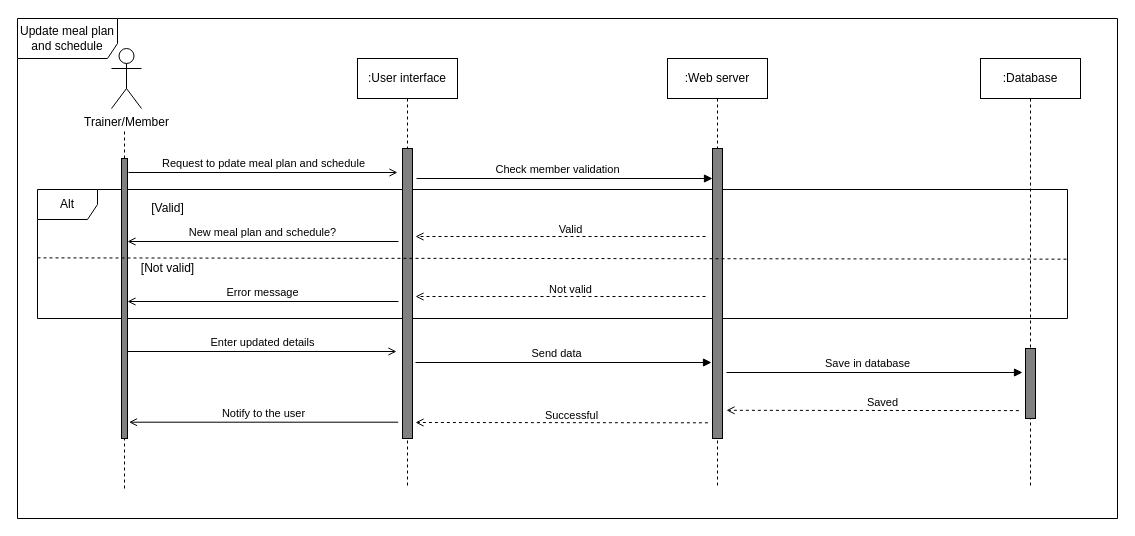
The draw.io diagram page "Page-9" (9 of 13) of Diagram/Sequence Diagram.drawio in AmilaDissanayake/Group_CS21, before the edit. Source tidied: cells renumbered, new cells numbered last; positions are measured from the earlier drawing's top-left corner, leaving out a move shared by most shapes. Both pictures are drawn from the tidied source at 100%, with x=0, y=0 at pixel (17, 18).
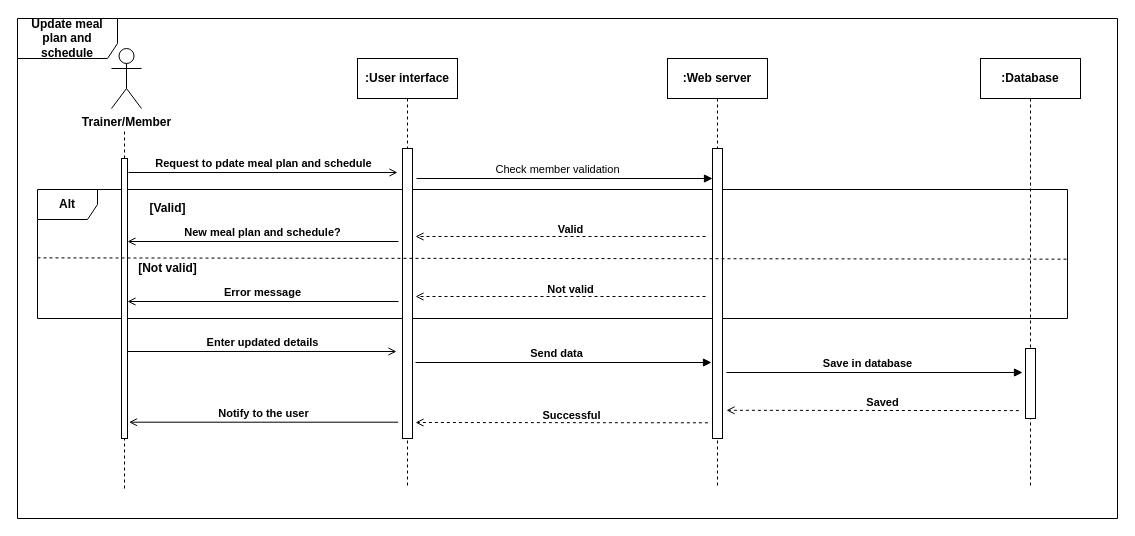
Above is the later version.

The change refers to these unchanged cells:
```xml
<mxCell id="13" style="html=1;verticalAlign=bottom;labelBackgroundColor=none;endArrow=open;endFill=0;dashed=1;" parent="1" edge="1">
  <mxGeometry relative="1" as="geometry">
    <mxPoint x="688" y="218" as="sourcePoint" />
    <mxPoint x="398" y="218" as="targetPoint" />
  </mxGeometry>
</mxCell>
<mxCell id="17" style="html=1;verticalAlign=bottom;labelBackgroundColor=none;endArrow=block;endFill=1;" parent="1" edge="1">
  <mxGeometry relative="1" as="geometry">
    <mxPoint x="398" y="344" as="sourcePoint" />
    <mxPoint x="694" y="344" as="targetPoint" />
  </mxGeometry>
</mxCell>
<mxCell id="19" style="html=1;verticalAlign=bottom;labelBackgroundColor=none;endArrow=open;endFill=0;dashed=1;entryX=1.26;entryY=0.354;entryDx=0;entryDy=0;entryPerimeter=0;" parent="1" edge="1">
  <mxGeometry relative="1" as="geometry">
    <mxPoint x="690.4" y="404.3" as="sourcePoint" />
    <mxPoint x="398" y="404" as="targetPoint" />
  </mxGeometry>
</mxCell>
<mxCell id="24" style="html=1;verticalAlign=bottom;labelBackgroundColor=none;endArrow=block;endFill=1;" parent="1" edge="1">
  <mxGeometry relative="1" as="geometry">
    <mxPoint x="709" y="354" as="sourcePoint" />
    <mxPoint x="1005" y="354" as="targetPoint" />
  </mxGeometry>
</mxCell>
<mxCell id="26" style="html=1;verticalAlign=bottom;labelBackgroundColor=none;endArrow=open;endFill=0;dashed=1;entryX=1.26;entryY=0.354;entryDx=0;entryDy=0;entryPerimeter=0;" parent="1" edge="1">
  <mxGeometry relative="1" as="geometry">
    <mxPoint x="1001.4" y="392.1" as="sourcePoint" />
    <mxPoint x="709" y="391.8" as="targetPoint" />
  </mxGeometry>
</mxCell>
<mxCell id="30" style="html=1;verticalAlign=bottom;labelBackgroundColor=none;endArrow=open;endFill=0;dashed=1;" parent="1" edge="1">
  <mxGeometry relative="1" as="geometry">
    <mxPoint x="688" y="278" as="sourcePoint" />
    <mxPoint x="398" y="278" as="targetPoint" />
  </mxGeometry>
</mxCell>
```

The edit, as a diff of the source:
```diff
@@
+    <mxCell id="34" value="&lt;b&gt;Update meal plan and schedule&lt;/b&gt;" style="shape=umlFrame;whiteSpace=wrap;html=1;width=100;height=40;" parent="1" vertex="1">
+      <mxGeometry width="1100" height="500" as="geometry" />
+    </mxCell>
-    <mxCell id="2" value="Alt" style="shape=umlFrame;whiteSpace=wrap;html=1;" parent="1" vertex="1">
+    <mxCell id="2" value="&lt;b&gt;Alt&lt;/b&gt;" style="shape=umlFrame;whiteSpace=wrap;html=1;" parent="1" vertex="1">
       <mxGeometry x="20" y="171" width="1030" height="129" as="geometry" />
     </mxCell>
@@
-    <mxCell id="4" value="Trainer/Member" style="shape=umlActor;verticalLabelPosition=bottom;verticalAlign=top;html=1;" parent="1" vertex="1">
+    <mxCell id="4" value="&lt;b&gt;Trainer/Member&lt;/b&gt;" style="shape=umlActor;verticalLabelPosition=bottom;verticalAlign=top;html=1;" parent="1" vertex="1">
       <mxGeometry x="94" y="30" width="30" height="60" as="geometry" />
     </mxCell>
-    <mxCell id="5" style="html=1;perimeter=orthogonalPerimeter;fillColor=#808080;" parent="1" vertex="1">
+    <mxCell id="5" style="html=1;perimeter=orthogonalPerimeter;fillColor=#FFFFFF;" parent="1" vertex="1">
       <mxGeometry x="104" y="140" width="6" height="280" as="geometry" />
     </mxCell>
-    <mxCell id="6" value=":User interface" style="shape=umlLifeline;perimeter=lifelinePerimeter;whiteSpace=wrap;html=1;" parent="1" vertex="1">
+    <mxCell id="6" value="&lt;b&gt;:User interface&lt;/b&gt;" style="shape=umlLifeline;perimeter=lifelinePerimeter;whiteSpace=wrap;html=1;" parent="1" vertex="1">
       <mxGeometry x="340" y="40" width="100" height="430" as="geometry" />
     </mxCell>
-    <mxCell id="7" style="html=1;perimeter=orthogonalPerimeter;fillColor=#808080;" parent="6" vertex="1">
+    <mxCell id="7" style="html=1;perimeter=orthogonalPerimeter;fillColor=#FFFFFF;" parent="6" vertex="1">
       <mxGeometry x="45" y="90" width="10" height="290" as="geometry" />
     </mxCell>
-    <mxCell id="8" value=":Web server" style="shape=umlLifeline;perimeter=lifelinePerimeter;whiteSpace=wrap;html=1;" parent="1" vertex="1">
+    <mxCell id="8" value="&lt;b&gt;:Web server&lt;/b&gt;" style="shape=umlLifeline;perimeter=lifelinePerimeter;whiteSpace=wrap;html=1;" parent="1" vertex="1">
       <mxGeometry x="650" y="40" width="100" height="430" as="geometry" />
     </mxCell>
-    <mxCell id="9" style="html=1;perimeter=orthogonalPerimeter;fillColor=#808080;" parent="8" vertex="1">
+    <mxCell id="9" style="html=1;perimeter=orthogonalPerimeter;fillColor=#FFFFFF;" parent="8" vertex="1">
       <mxGeometry x="45" y="90" width="10" height="290" as="geometry" />
     </mxCell>
-    <mxCell id="10" value="Request to pdate meal plan and schedule" style="html=1;verticalAlign=bottom;labelBackgroundColor=none;endArrow=open;endFill=0;" parent="1" edge="1">
+    <mxCell id="10" value="&lt;b&gt;Request to pdate meal plan and schedule&lt;/b&gt;" style="html=1;verticalAlign=bottom;labelBackgroundColor=none;endArrow=open;endFill=0;" parent="1" edge="1">
       <mxGeometry relative="1" as="geometry">
         <mxPoint x="111" y="154" as="sourcePoint" />
         <mxPoint x="380" y="154" as="targetPoint" />
       </mxGeometry>
     </mxCell>
@@
-    <mxCell id="14" value="Valid" style="edgeLabel;html=1;align=center;verticalAlign=middle;" parent="13" vertex="1">
+    <mxCell id="14" value="&lt;b&gt;Valid&lt;/b&gt;" style="edgeLabel;html=1;align=center;verticalAlign=middle;" parent="13" vertex="1">
       <mxGeometry x="-0.07" y="-5" relative="1" as="geometry">
         <mxPoint x="-1" y="-3" as="offset" />
       </mxGeometry>
     </mxCell>
-    <mxCell id="15" value="New meal plan and schedule?" style="html=1;verticalAlign=bottom;labelBackgroundColor=none;endArrow=open;endFill=0;" parent="1" edge="1">
+    <mxCell id="15" value="&lt;b&gt;New meal plan and schedule?&lt;/b&gt;" style="html=1;verticalAlign=bottom;labelBackgroundColor=none;endArrow=open;endFill=0;" parent="1" edge="1">
       <mxGeometry relative="1" as="geometry">
         <mxPoint x="381" y="223" as="sourcePoint" />
         <mxPoint x="110" y="223" as="targetPoint" />
       </mxGeometry>
     </mxCell>
-    <mxCell id="16" value="Enter updated details" style="html=1;verticalAlign=bottom;labelBackgroundColor=none;endArrow=open;endFill=0;" parent="1" edge="1">
+    <mxCell id="16" value="&lt;b&gt;Enter updated details&lt;/b&gt;" style="html=1;verticalAlign=bottom;labelBackgroundColor=none;endArrow=open;endFill=0;" parent="1" edge="1">
       <mxGeometry relative="1" as="geometry">
         <mxPoint x="110" y="333" as="sourcePoint" />
         <mxPoint x="379" y="333" as="targetPoint" />
       </mxGeometry>
     </mxCell>
@@
-    <mxCell id="18" value="Send data" style="edgeLabel;html=1;align=center;verticalAlign=middle;" parent="17" vertex="1">
+    <mxCell id="18" value="&lt;b&gt;Send data&lt;/b&gt;" style="edgeLabel;html=1;align=center;verticalAlign=middle;" parent="17" vertex="1">
       <mxGeometry x="-0.18" y="2" relative="1" as="geometry">
         <mxPoint x="19" y="-8" as="offset" />
       </mxGeometry>
     </mxCell>
@@
-    <mxCell id="20" value="Successful" style="edgeLabel;html=1;align=center;verticalAlign=middle;" parent="19" vertex="1">
+    <mxCell id="20" value="&lt;b&gt;Successful&lt;/b&gt;" style="edgeLabel;html=1;align=center;verticalAlign=middle;" parent="19" vertex="1">
       <mxGeometry x="-0.07" y="-5" relative="1" as="geometry">
         <mxPoint x="-1" y="-3" as="offset" />
       </mxGeometry>
     </mxCell>
-    <mxCell id="21" value="Notify to the user" style="html=1;verticalAlign=bottom;labelBackgroundColor=none;endArrow=open;endFill=0;exitX=-0.327;exitY=0.946;exitDx=0;exitDy=0;exitPerimeter=0;entryX=1.421;entryY=0.943;entryDx=0;entryDy=0;entryPerimeter=0;" parent="1" edge="1">
+    <mxCell id="21" value="&lt;b&gt;Notify to the user&lt;/b&gt;" style="html=1;verticalAlign=bottom;labelBackgroundColor=none;endArrow=open;endFill=0;exitX=-0.327;exitY=0.946;exitDx=0;exitDy=0;exitPerimeter=0;entryX=1.421;entryY=0.943;entryDx=0;entryDy=0;entryPerimeter=0;" parent="1" edge="1">
       <mxGeometry relative="1" as="geometry">
         <mxPoint x="380.7" y="403.7" as="sourcePoint" />
         <mxPoint x="111.5" y="403.7" as="targetPoint" />
       </mxGeometry>
     </mxCell>
-    <mxCell id="22" value=":Database" style="shape=umlLifeline;perimeter=lifelinePerimeter;whiteSpace=wrap;html=1;" parent="1" vertex="1">
+    <mxCell id="22" value="&lt;b&gt;:Database&lt;/b&gt;" style="shape=umlLifeline;perimeter=lifelinePerimeter;whiteSpace=wrap;html=1;" parent="1" vertex="1">
       <mxGeometry x="963" y="40" width="100" height="430" as="geometry" />
     </mxCell>
-    <mxCell id="23" style="html=1;perimeter=orthogonalPerimeter;fillColor=#808080;" parent="22" vertex="1">
+    <mxCell id="23" style="html=1;perimeter=orthogonalPerimeter;fillColor=#FFFFFF;" parent="22" vertex="1">
       <mxGeometry x="45" y="290" width="10" height="70" as="geometry" />
     </mxCell>
@@
-    <mxCell id="25" value="Save in database" style="edgeLabel;html=1;align=center;verticalAlign=middle;" parent="24" vertex="1">
+    <mxCell id="25" value="&lt;b&gt;Save in database&lt;/b&gt;" style="edgeLabel;html=1;align=center;verticalAlign=middle;" parent="24" vertex="1">
       <mxGeometry x="-0.18" y="2" relative="1" as="geometry">
         <mxPoint x="19" y="-8" as="offset" />
       </mxGeometry>
     </mxCell>
@@
-    <mxCell id="27" value="Saved" style="edgeLabel;html=1;align=center;verticalAlign=middle;" parent="26" vertex="1">
+    <mxCell id="27" value="&lt;b&gt;Saved&lt;/b&gt;" style="edgeLabel;html=1;align=center;verticalAlign=middle;" parent="26" vertex="1">
       <mxGeometry x="-0.07" y="-5" relative="1" as="geometry">
         <mxPoint x="-1" y="-3" as="offset" />
       </mxGeometry>
     </mxCell>
-    <mxCell id="28" value="[Valid]" style="text;html=1;align=center;verticalAlign=middle;strokeColor=none;" parent="1" vertex="1">
+    <mxCell id="28" value="&lt;b&gt;[Valid]&lt;/b&gt;" style="text;html=1;align=center;verticalAlign=middle;strokeColor=none;" parent="1" vertex="1">
       <mxGeometry x="125" y="180" width="50" height="20" as="geometry" />
     </mxCell>
@@
-    <mxCell id="31" value="Not valid" style="edgeLabel;html=1;align=center;verticalAlign=middle;" parent="30" vertex="1">
+    <mxCell id="31" value="&lt;b&gt;Not valid&lt;/b&gt;" style="edgeLabel;html=1;align=center;verticalAlign=middle;" parent="30" vertex="1">
       <mxGeometry x="-0.07" y="-5" relative="1" as="geometry">
         <mxPoint x="-1" y="-3" as="offset" />
       </mxGeometry>
     </mxCell>
-    <mxCell id="32" value="Error message" style="html=1;verticalAlign=bottom;labelBackgroundColor=none;endArrow=open;endFill=0;" parent="1" edge="1">
+    <mxCell id="32" value="&lt;b&gt;Error message&lt;/b&gt;" style="html=1;verticalAlign=bottom;labelBackgroundColor=none;endArrow=open;endFill=0;" parent="1" edge="1">
       <mxGeometry relative="1" as="geometry">
         <mxPoint x="381" y="283" as="sourcePoint" />
         <mxPoint x="110" y="283" as="targetPoint" />
       </mxGeometry>
     </mxCell>
-    <mxCell id="33" value="[Not valid]" style="text;html=1;align=center;verticalAlign=middle;strokeColor=none;" parent="1" vertex="1">
+    <mxCell id="33" value="&lt;b&gt;[Not valid]&lt;/b&gt;" style="text;html=1;align=center;verticalAlign=middle;strokeColor=none;" parent="1" vertex="1">
       <mxGeometry x="115" y="240" width="70" height="20" as="geometry" />
     </mxCell>
-    <mxCell id="34" value="Update meal plan and schedule" style="shape=umlFrame;whiteSpace=wrap;html=1;width=100;height=40;" parent="1" vertex="1">
-      <mxGeometry width="1100" height="500" as="geometry" />
-    </mxCell>
```
